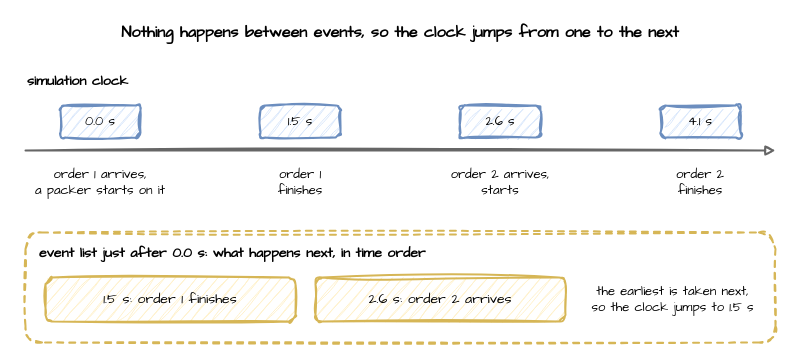
Earlier version of the draw.io diagram docs/assets/diagrams/event-clock.drawio (jaehyeon-kim/desflow). Source tidied: cells renumbered, new cells numbered last; positions are measured from the earlier drawing's top-left corner, leaving out a move shared by most shapes. Both pictures are drawn from the tidied source at 100%, with x=0, y=0 at pixel (25, 17).
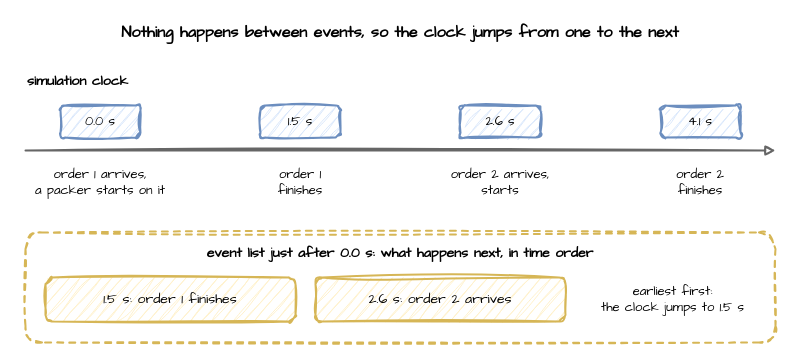
The same page after the edit.

Diff of the diagram source:
```diff
@@
 <mxGraphModel>
   <root>
     <mxCell id="0" />
     <mxCell id="1" parent="0" />
     <mxCell id="2" value="Nothing happens between events, so the clock jumps from one to the next" style="text;html=1;align=center;verticalAlign=middle;whiteSpace=wrap;fontFamily=Comic Sans MS;fontSize=16;fontStyle=1;" parent="1" vertex="1">
       <mxGeometry width="750" height="30" as="geometry" />
     </mxCell>
-    <mxCell id="3" value="event list just after 0.0 s: what happens next, in time order" style="rounded=1;whiteSpace=wrap;html=1;sketch=1;curveFitting=1;jiggle=2;fontFamily=Comic Sans MS;fontSize=14;fillColor=none;strokeColor=#d6b656;strokeWidth=2;dashed=1;verticalAlign=top;align=left;spacingLeft=12;spacingTop=6;fontStyle=1;" parent="1" vertex="1">
+    <mxCell id="3" value="event list just after 0.0 s: what happens next, in time order" style="rounded=1;whiteSpace=wrap;html=1;sketch=1;curveFitting=1;jiggle=2;fontFamily=Comic Sans MS;fontSize=14;fillColor=none;strokeColor=#d6b656;strokeWidth=2;dashed=1;verticalAlign=top;align=center;spacingTop=6;fontStyle=1;" parent="1" vertex="1">
       <mxGeometry y="215" width="750" height="110" as="geometry" />
     </mxCell>
     <mxCell id="4" value="simulation clock" style="text;html=1;align=center;verticalAlign=middle;whiteSpace=wrap;fontFamily=Comic Sans MS;fontSize=13;fontSize=14;fontStyle=1;align=left;" parent="1" vertex="1">
       <mxGeometry y="50" width="160" height="28" as="geometry" />
     </mxCell>
     <mxCell id="5" value="0.0 s" style="rounded=1;whiteSpace=wrap;html=1;sketch=1;curveFitting=1;jiggle=2;fontFamily=Comic Sans MS;fontSize=14;fillColor=#dae8fc;strokeColor=#6c8ebf;strokeWidth=2;fontSize=13;" parent="1" vertex="1">
       <mxGeometry x="35" y="88" width="80" height="32" as="geometry" />
     </mxCell>
     <mxCell id="6" value="order 1 arrives,&lt;br&gt;a packer starts on it" style="text;html=1;align=center;verticalAlign=middle;whiteSpace=wrap;fontFamily=Comic Sans MS;fontSize=13;" parent="1" vertex="1">
       <mxGeometry x="5" y="145" width="140" height="40" as="geometry" />
     </mxCell>
     <mxCell id="7" value="1.5 s" style="rounded=1;whiteSpace=wrap;html=1;sketch=1;curveFitting=1;jiggle=2;fontFamily=Comic Sans MS;fontSize=14;fillColor=#dae8fc;strokeColor=#6c8ebf;strokeWidth=2;fontSize=13;" parent="1" vertex="1">
       <mxGeometry x="235" y="88" width="80" height="32" as="geometry" />
     </mxCell>
     <mxCell id="8" value="order 1&lt;br&gt;finishes" style="text;html=1;align=center;verticalAlign=middle;whiteSpace=wrap;fontFamily=Comic Sans MS;fontSize=13;" parent="1" vertex="1">
       <mxGeometry x="205" y="145" width="140" height="40" as="geometry" />
     </mxCell>
     <mxCell id="9" value="2.6 s" style="rounded=1;whiteSpace=wrap;html=1;sketch=1;curveFitting=1;jiggle=2;fontFamily=Comic Sans MS;fontSize=14;fillColor=#dae8fc;strokeColor=#6c8ebf;strokeWidth=2;fontSize=13;" parent="1" vertex="1">
       <mxGeometry x="435" y="88" width="80" height="32" as="geometry" />
     </mxCell>
     <mxCell id="10" value="order 2 arrives,&lt;br&gt;starts" style="text;html=1;align=center;verticalAlign=middle;whiteSpace=wrap;fontFamily=Comic Sans MS;fontSize=13;" parent="1" vertex="1">
       <mxGeometry x="405" y="145" width="140" height="40" as="geometry" />
     </mxCell>
     <mxCell id="11" value="4.1 s" style="rounded=1;whiteSpace=wrap;html=1;sketch=1;curveFitting=1;jiggle=2;fontFamily=Comic Sans MS;fontSize=14;fillColor=#dae8fc;strokeColor=#6c8ebf;strokeWidth=2;fontSize=13;" parent="1" vertex="1">
       <mxGeometry x="635" y="88" width="80" height="32" as="geometry" />
     </mxCell>
     <mxCell id="12" value="order 2&lt;br&gt;finishes" style="text;html=1;align=center;verticalAlign=middle;whiteSpace=wrap;fontFamily=Comic Sans MS;fontSize=13;" parent="1" vertex="1">
       <mxGeometry x="605" y="145" width="140" height="40" as="geometry" />
     </mxCell>
     <mxCell id="13" style="sketch=1;html=1;strokeWidth=2;endArrow=block;strokeColor=#666666;" parent="1" edge="1">
       <mxGeometry relative="1" as="geometry">
         <mxPoint y="133" as="sourcePoint" />
         <mxPoint x="750" y="133" as="targetPoint" />
       </mxGeometry>
     </mxCell>
     <mxCell id="14" value="1.5 s: order 1 finishes" style="rounded=1;whiteSpace=wrap;html=1;sketch=1;curveFitting=1;jiggle=2;fontFamily=Comic Sans MS;fontSize=14;fillColor=#fff2cc;strokeColor=#d6b656;strokeWidth=2;" parent="1" vertex="1">
       <mxGeometry x="20" y="260" width="250" height="44" as="geometry" />
     </mxCell>
     <mxCell id="15" value="2.6 s: order 2 arrives" style="rounded=1;whiteSpace=wrap;html=1;sketch=1;curveFitting=1;jiggle=2;fontFamily=Comic Sans MS;fontSize=14;fillColor=#fff2cc;strokeColor=#d6b656;strokeWidth=2;" parent="1" vertex="1">
       <mxGeometry x="290" y="260" width="250" height="44" as="geometry" />
     </mxCell>
-    <mxCell id="16" value="the earliest is taken next,&lt;br&gt;so the clock jumps to 1.5 s" style="text;html=1;align=center;verticalAlign=middle;whiteSpace=wrap;fontFamily=Comic Sans MS;fontSize=13;" parent="1" vertex="1">
+    <mxCell id="16" value="earliest first:&lt;br&gt;the clock jumps to 1.5 s" style="text;html=1;align=center;verticalAlign=middle;whiteSpace=wrap;fontFamily=Comic Sans MS;fontSize=13;" parent="1" vertex="1">
       <mxGeometry x="555" y="260" width="185" height="44" as="geometry" />
     </mxCell>
   </root>
 </mxGraphModel>
```
